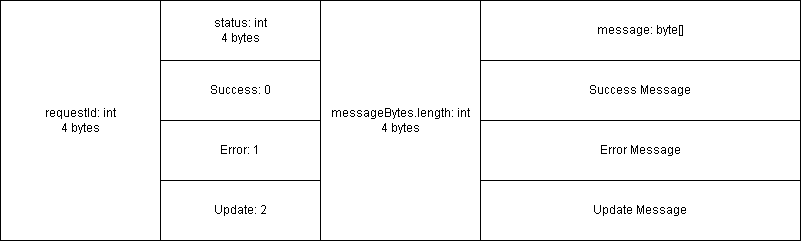
Earlier version of the draw.io export diagrams/ReplyFormat.png (UnfairWraith/SC4051-Distributed-Systems). Source tidied: cells renumbered, new cells last; positions are measured from the earlier drawing's top-left corner, leaving out a move shared by most shapes. Source of this version:
```xml
<mxGraphModel>
  <root>
    <mxCell id="0" />
    <mxCell id="1" parent="0" />
    <mxCell id="2" value="requestId: int&lt;div&gt;4 bytes&lt;/div&gt;" style="rounded=0;whiteSpace=wrap;html=1;" parent="1" vertex="1">
      <mxGeometry width="160" height="240" as="geometry" />
    </mxCell>
    <mxCell id="3" value="status: int&lt;div&gt;4 bytes&lt;/div&gt;" style="rounded=0;whiteSpace=wrap;html=1;" parent="1" vertex="1">
      <mxGeometry x="160" width="160" height="60" as="geometry" />
    </mxCell>
    <mxCell id="4" value="messageBytes.length: int&lt;div&gt;4 bytes&lt;/div&gt;" style="rounded=0;whiteSpace=wrap;html=1;" parent="1" vertex="1">
      <mxGeometry x="320" width="160" height="240" as="geometry" />
    </mxCell>
    <mxCell id="5" value="message: byte[]" style="rounded=0;whiteSpace=wrap;html=1;" parent="1" vertex="1">
      <mxGeometry x="480" width="320" height="60" as="geometry" />
    </mxCell>
    <mxCell id="6" value="Success: 0" style="rounded=0;whiteSpace=wrap;html=1;" parent="1" vertex="1">
      <mxGeometry x="160" y="60" width="160" height="60" as="geometry" />
    </mxCell>
    <mxCell id="7" value="Error: 1" style="rounded=0;whiteSpace=wrap;html=1;" parent="1" vertex="1">
      <mxGeometry x="160" y="120" width="160" height="60" as="geometry" />
    </mxCell>
    <mxCell id="8" value="Update: 2" style="rounded=0;whiteSpace=wrap;html=1;" parent="1" vertex="1">
      <mxGeometry x="160" y="180" width="160" height="60" as="geometry" />
    </mxCell>
    <mxCell id="9" value="Success Message" style="rounded=0;whiteSpace=wrap;html=1;" parent="1" vertex="1">
      <mxGeometry x="480" y="60" width="320" height="60" as="geometry" />
    </mxCell>
    <mxCell id="10" value="Error Message" style="rounded=0;whiteSpace=wrap;html=1;" parent="1" vertex="1">
      <mxGeometry x="480" y="120" width="320" height="60" as="geometry" />
    </mxCell>
    <mxCell id="11" value="Update Message" style="rounded=0;whiteSpace=wrap;html=1;" parent="1" vertex="1">
      <mxGeometry x="480" y="180" width="320" height="60" as="geometry" />
    </mxCell>
  </root>
</mxGraphModel>
```
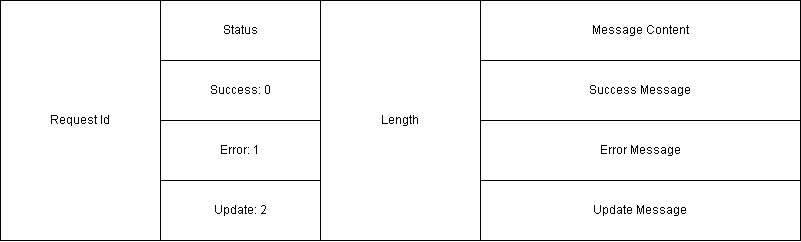
Above is the later version.

Commit message:
updated replyformat diagram

The edit, as a diff of the source:
```diff
@@ -2,16 +2,16 @@
   <root>
     <mxCell id="0" />
     <mxCell id="1" parent="0" />
-    <mxCell id="2" value="requestId: int&lt;div&gt;4 bytes&lt;/div&gt;" style="rounded=0;whiteSpace=wrap;html=1;" parent="1" vertex="1">
+    <mxCell id="2" value="Request Id" style="rounded=0;whiteSpace=wrap;html=1;" parent="1" vertex="1">
       <mxGeometry width="160" height="240" as="geometry" />
     </mxCell>
-    <mxCell id="3" value="status: int&lt;div&gt;4 bytes&lt;/div&gt;" style="rounded=0;whiteSpace=wrap;html=1;" parent="1" vertex="1">
+    <mxCell id="3" value="Status" style="rounded=0;whiteSpace=wrap;html=1;" parent="1" vertex="1">
       <mxGeometry x="160" width="160" height="60" as="geometry" />
     </mxCell>
-    <mxCell id="4" value="messageBytes.length: int&lt;div&gt;4 bytes&lt;/div&gt;" style="rounded=0;whiteSpace=wrap;html=1;" parent="1" vertex="1">
+    <mxCell id="4" value="Length" style="rounded=0;whiteSpace=wrap;html=1;" parent="1" vertex="1">
       <mxGeometry x="320" width="160" height="240" as="geometry" />
     </mxCell>
-    <mxCell id="5" value="message: byte[]" style="rounded=0;whiteSpace=wrap;html=1;" parent="1" vertex="1">
+    <mxCell id="5" value="Message Content" style="rounded=0;whiteSpace=wrap;html=1;" parent="1" vertex="1">
       <mxGeometry x="480" width="320" height="60" as="geometry" />
     </mxCell>
     <mxCell id="6" value="Success: 0" style="rounded=0;whiteSpace=wrap;html=1;" parent="1" vertex="1">
```
